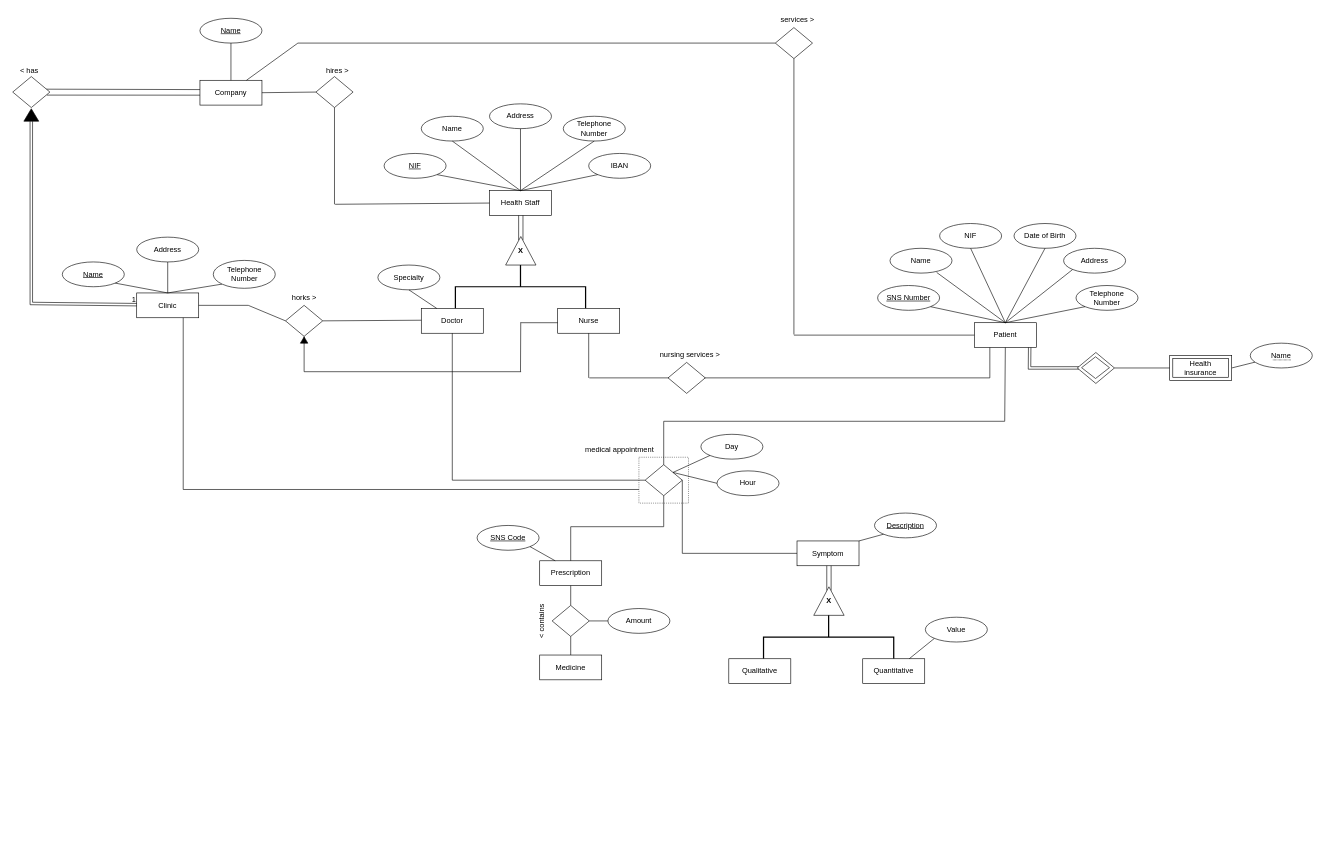
mariana-marcal-santana/BD.Health-DB-Manager keeps this draw.io diagram as Proj.drawio. Above is the earlier version. Source tidied: cells renumbered, new cells numbered last; positions are measured from the earlier drawing's top-left corner, leaving out a move shared by most shapes. Both pictures are drawn from the tidied source at 62%, with x=0, y=0 at pixel (11, 11).
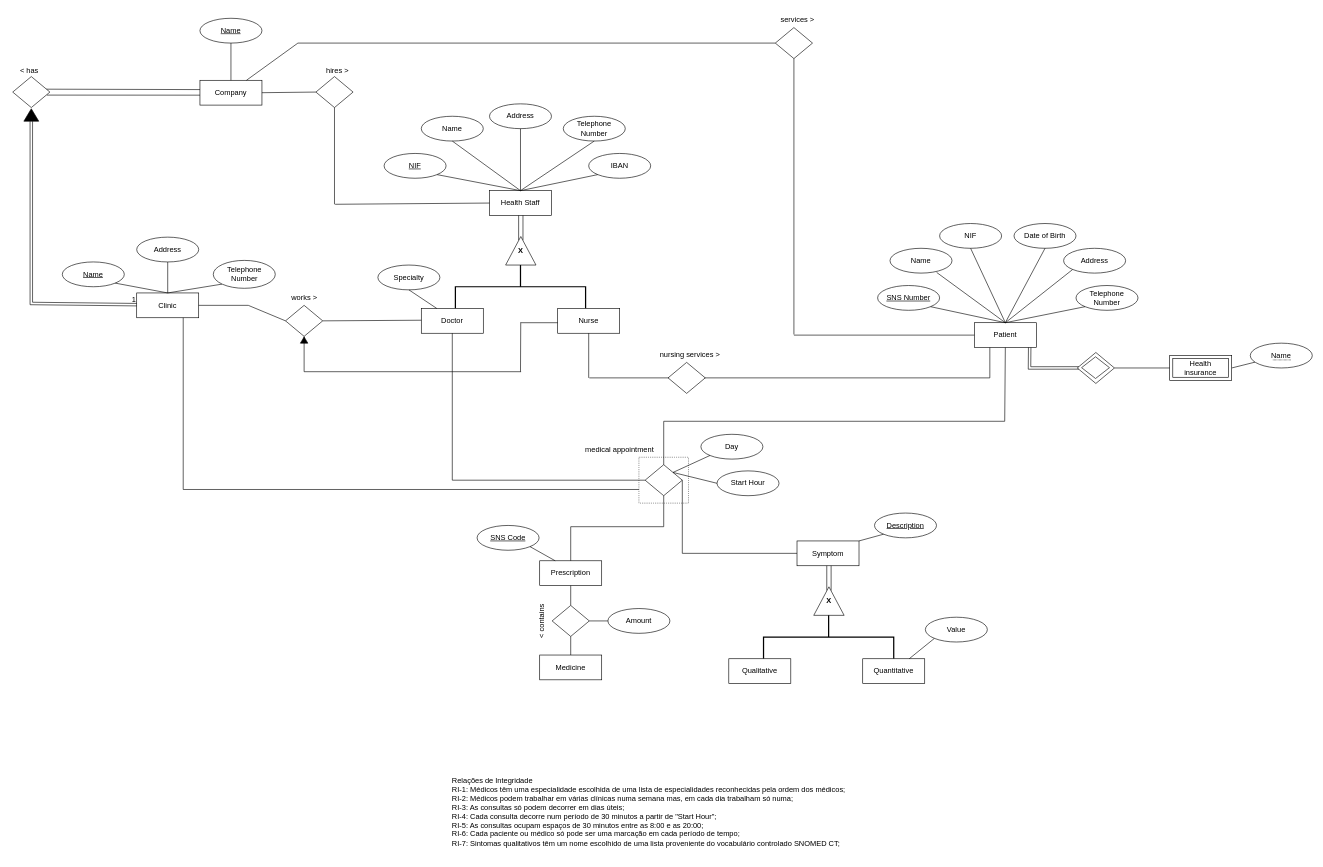
After the change.

Commit message:
RIs text

Change to the diagram source:
```diff
@@
-    <mxCell id="105" value="Hour" style="ellipse;whiteSpace=wrap;html=1;align=center;" parent="1" vertex="1">
+    <mxCell id="105" value="Start Hour" style="ellipse;whiteSpace=wrap;html=1;align=center;" parent="1" vertex="1">
       <mxGeometry x="1139" y="742" width="100" height="40" as="geometry" />
     </mxCell>
@@
-    <mxCell id="116" value="horks &amp;gt;" style="text;html=1;align=center;verticalAlign=middle;strokeColor=none;fillColor=none;" parent="1" vertex="1">
-      <mxGeometry x="443" y="448" width="60" height="30" as="geometry" />
+    <mxCell id="116" value="works &amp;gt;" style="text;html=1;align=center;verticalAlign=middle;strokeColor=none;fillColor=none;" parent="1" vertex="1">
+      <mxGeometry x="438" y="448" width="70" height="30" as="geometry" />
     </mxCell>
@@
+    <mxCell id="123" value="&lt;div style=&quot;text-align: left;&quot;&gt;&lt;br&gt;&lt;/div&gt;&lt;div style=&quot;text-align: left;&quot;&gt;&lt;span style=&quot;background-color: initial;&quot;&gt;Relações de Integridade&lt;/span&gt;&lt;/div&gt;&lt;div&gt;&lt;div style=&quot;text-align: left;&quot;&gt;&lt;span style=&quot;background-color: initial;&quot;&gt;RI-1: Médicos têm uma especialidade escolhida de uma lista de especialidades&amp;nbsp;&lt;/span&gt;&lt;span style=&quot;background-color: initial;&quot;&gt;reconhecidas pela ordem dos médicos;&lt;/span&gt;&lt;/div&gt;&lt;div style=&quot;text-align: left;&quot;&gt;&lt;span style=&quot;background-color: initial;&quot;&gt;RI-2: Médicos podem trabalhar em várias clínicas numa semana mas, em cada dia trabalham só numa;&lt;/span&gt;&lt;/div&gt;&lt;div style=&quot;text-align: left;&quot;&gt;&lt;span style=&quot;background-color: initial;&quot;&gt;RI-3: As consultas só podem decorrer em dias úteis;&lt;/span&gt;&lt;/div&gt;&lt;div&gt;&lt;div style=&quot;text-align: left;&quot;&gt;RI-4: Cada consulta decorre num período de 30 minutos a partir de &quot;Start Hour&quot;;&lt;/div&gt;&lt;div style=&quot;text-align: left;&quot;&gt;RI-5: As consultas ocupam espaços de 30 minutos entre as 8:00 e as 20:00;&lt;/div&gt;&lt;div style=&quot;text-align: left;&quot;&gt;RI-6: Cada paciente ou médico só pode ser uma marcação em cada período de tempo;&lt;/div&gt;&lt;div style=&quot;text-align: left;&quot;&gt;RI-7:&amp;nbsp;&lt;span style=&quot;background-color: initial;&quot;&gt;Sintomas&amp;nbsp;qualitativos têm um nome&amp;nbsp;&lt;/span&gt;&lt;span style=&quot;background-color: initial;&quot;&gt;escolhido de uma lista proveniente do vocabulário controlado SNOMED CT;&lt;/span&gt;&lt;/div&gt;&lt;/div&gt;&lt;/div&gt;&lt;div style=&quot;text-align: left;&quot;&gt;&lt;span style=&quot;background-color: initial;&quot;&gt;&lt;br&gt;&lt;/span&gt;&lt;/div&gt;" style="text;strokeColor=none;align=center;fillColor=none;html=1;verticalAlign=middle;whiteSpace=wrap;rounded=0;" parent="1" vertex="1">
+      <mxGeometry x="684" y="1222" width="690" height="140" as="geometry" />
+    </mxCell>
```
